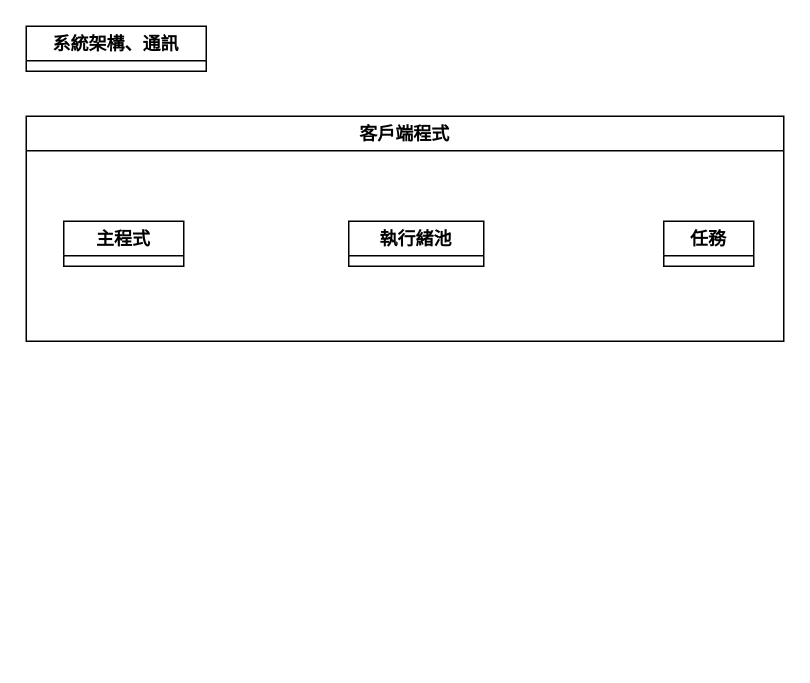
Above: System Architecture/Online_OCR.drawio in BowDer1118/Simple-OnlineOCR-System (draw.io), before the change. Source tidied: cells renumbered, new cells numbered last; positions are measured from the earlier drawing's top-left corner, leaving out a move shared by most shapes. Both pictures are drawn from the tidied source at 150%, with x=0, y=0 at pixel (26, 26).
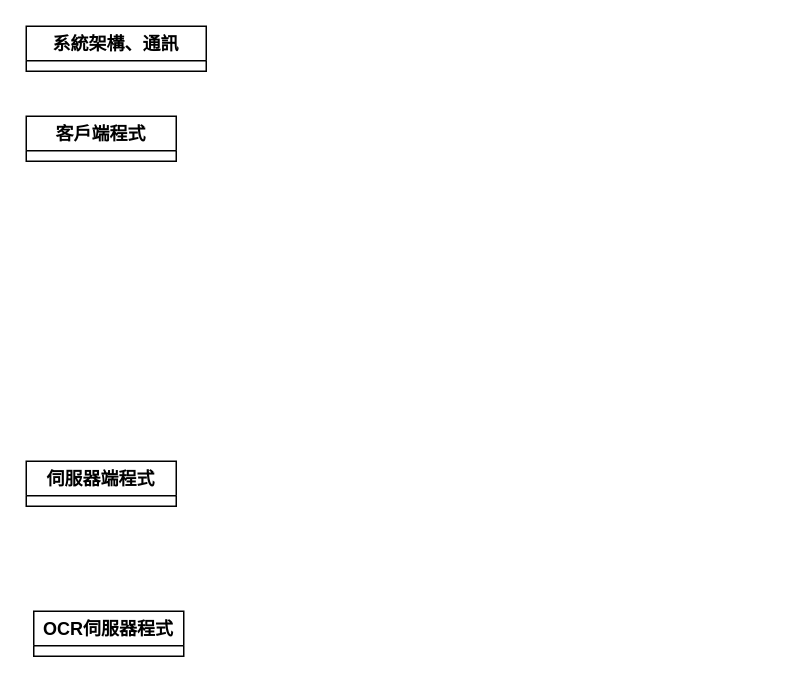
The same page after the edit.

The edit, as a diff of the source:
```diff
@@
 <mxGraphModel>
   <root>
     <mxCell id="0" />
     <mxCell id="1" parent="0" />
+    <mxCell id="7" value="伺服器端程式" style="swimlane;whiteSpace=wrap;html=1;" parent="1" vertex="1" collapsed="1">
+      <mxGeometry y="290" width="100" height="30" as="geometry" />
+    </mxCell>
     <mxCell id="2" value="系統架構、通訊" style="swimlane;whiteSpace=wrap;html=1;" parent="1" vertex="1" collapsed="1">
       <mxGeometry width="120" height="30" as="geometry" />
     </mxCell>
-    <mxCell id="3" value="客戶端程式" style="swimlane;whiteSpace=wrap;html=1;" parent="1" vertex="1">
-      <mxGeometry y="60" width="505" height="150" as="geometry" />
+    <mxCell id="3" value="客戶端程式" style="swimlane;whiteSpace=wrap;html=1;" parent="1" vertex="1" collapsed="1">
+      <mxGeometry y="60" width="100" height="30" as="geometry" />
     </mxCell>
-    <mxCell id="4" value="執行緒池" style="swimlane;whiteSpace=wrap;html=1;" parent="3" vertex="1" collapsed="1">
-      <mxGeometry x="215" y="70" width="90" height="30" as="geometry" />
-    </mxCell>
-    <mxCell id="5" value="任務" style="swimlane;whiteSpace=wrap;html=1;" parent="3" vertex="1" collapsed="1">
-      <mxGeometry x="425" y="70" width="60" height="30" as="geometry" />
-    </mxCell>
-    <mxCell id="6" value="主程式" style="swimlane;whiteSpace=wrap;html=1;" parent="3" vertex="1" collapsed="1">
-      <mxGeometry x="25" y="70" width="80" height="30" as="geometry" />
-    </mxCell>
+    <mxCell id="8" value="OCR伺服器程式" style="swimlane;whiteSpace=wrap;html=1;startSize=23;" parent="1" vertex="1" collapsed="1">
+      <mxGeometry x="5" y="390" width="100" height="30" as="geometry" />
+    </mxCell>
   </root>
 </mxGraphModel>
```
